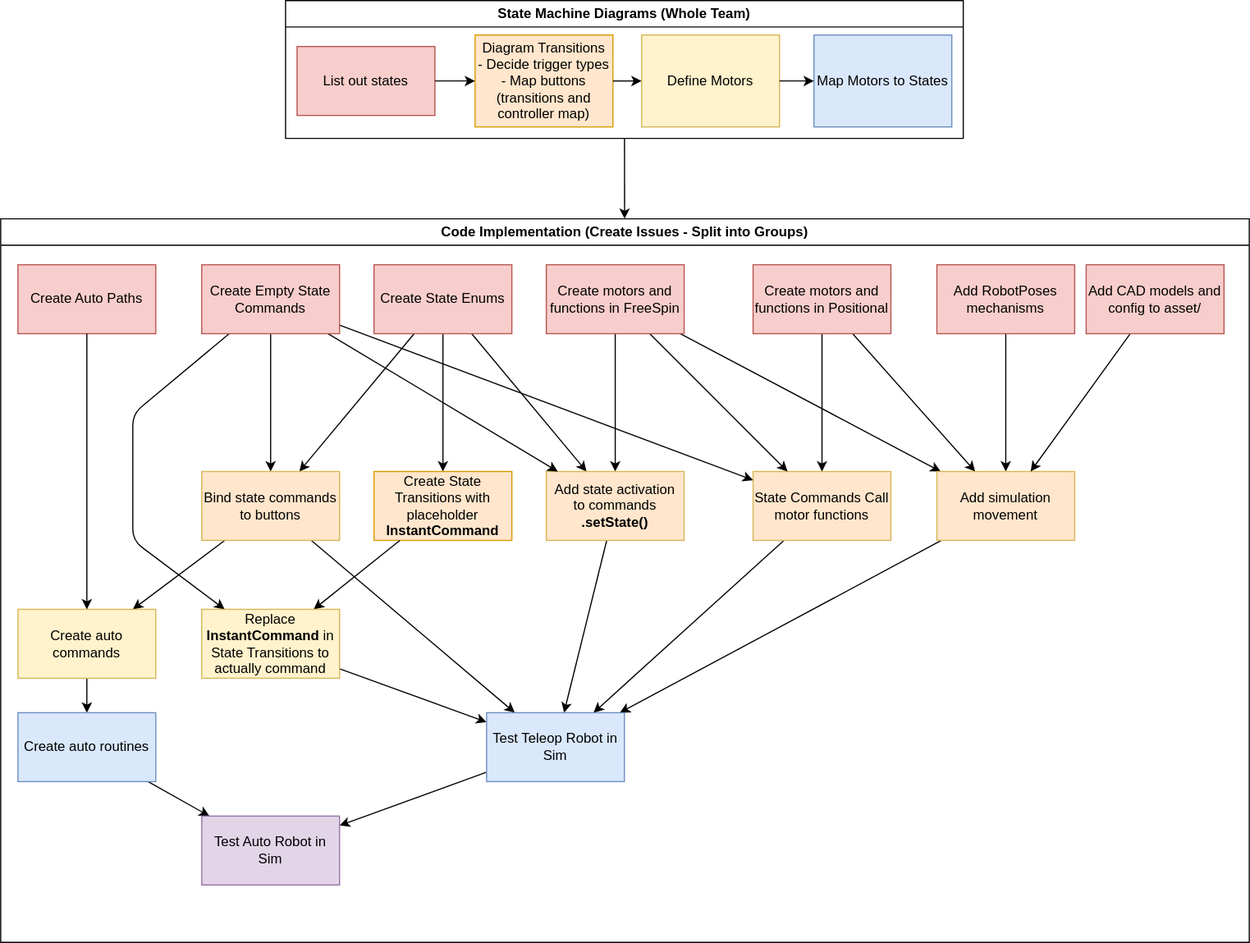
The draw.io diagram design/program_order.drawio.svg in FRCTeam3255/2026_Offbot_Code, before a commit. Source tidied: cells renumbered, new cells last; positions are measured from the earlier drawing's top-left corner, leaving out a move shared by most shapes. The source it was exported from:
```xml
<mxGraphModel>
  <root>
    <mxCell id="0" />
    <mxCell id="1" parent="0" />
    <mxCell id="2" style="edgeStyle=none;html=1;" parent="1" edge="1" source="3" target="11">
      <mxGeometry relative="1" as="geometry" />
    </mxCell>
    <mxCell id="3" value="State Machine Diagrams (Whole Team)" style="swimlane;whiteSpace=wrap;html=1;" parent="1" vertex="1">
      <mxGeometry x="248" width="590" height="120" as="geometry" />
    </mxCell>
    <mxCell id="4" value="List out states" style="rounded=0;whiteSpace=wrap;html=1;fillColor=#f8cecc;strokeColor=#b85450;" parent="3" vertex="1">
      <mxGeometry x="10" y="40" width="120" height="60" as="geometry" />
    </mxCell>
    <mxCell id="5" value="Diagram Transitions&lt;div&gt;- Decide trigger types&lt;/div&gt;&lt;div&gt;- Map buttons (transitions and controller map)&lt;/div&gt;" style="rounded=0;whiteSpace=wrap;html=1;fillColor=#ffe6cc;strokeColor=#d79b00;" parent="3" vertex="1">
      <mxGeometry x="165" y="30" width="120" height="80" as="geometry" />
    </mxCell>
    <mxCell id="6" style="edgeStyle=none;html=1;" parent="3" edge="1" source="4" target="5">
      <mxGeometry relative="1" as="geometry" />
    </mxCell>
    <mxCell id="7" value="Define Motors" style="rounded=0;whiteSpace=wrap;html=1;fillColor=#fff2cc;strokeColor=#d6b656;" parent="3" vertex="1">
      <mxGeometry x="310" y="30" width="120" height="80" as="geometry" />
    </mxCell>
    <mxCell id="8" style="edgeStyle=none;html=1;" parent="3" edge="1" source="5" target="7">
      <mxGeometry relative="1" as="geometry" />
    </mxCell>
    <mxCell id="9" value="Map Motors to States" style="rounded=0;whiteSpace=wrap;html=1;fillColor=#dae8fc;strokeColor=#6c8ebf;" parent="3" vertex="1">
      <mxGeometry x="460" y="30" width="120" height="80" as="geometry" />
    </mxCell>
    <mxCell id="10" style="edgeStyle=none;html=1;" parent="3" edge="1" source="7" target="9">
      <mxGeometry relative="1" as="geometry" />
    </mxCell>
    <mxCell id="11" value="Code Implementation (Create Issues - Split into Groups)" style="swimlane;whiteSpace=wrap;html=1;" parent="1" vertex="1">
      <mxGeometry y="190" width="1087" height="630" as="geometry" />
    </mxCell>
    <mxCell id="12" style="edgeStyle=none;html=1;" parent="11" edge="1" source="15" target="17">
      <mxGeometry relative="1" as="geometry" />
    </mxCell>
    <mxCell id="13" style="edgeStyle=none;html=1;" parent="11" edge="1" source="15" target="36">
      <mxGeometry relative="1" as="geometry" />
    </mxCell>
    <mxCell id="14" style="edgeStyle=none;html=1;" parent="11" edge="1" source="15" target="30">
      <mxGeometry relative="1" as="geometry" />
    </mxCell>
    <mxCell id="15" value="Create State Enums" style="whiteSpace=wrap;html=1;fillColor=#f8cecc;strokeColor=#b85450;" parent="11" vertex="1">
      <mxGeometry x="325" y="40" width="120" height="60" as="geometry" />
    </mxCell>
    <mxCell id="16" style="edgeStyle=none;html=1;" parent="11" edge="1" source="44" target="42">
      <mxGeometry relative="1" as="geometry" />
    </mxCell>
    <mxCell id="17" value="Create State Transitions with placeholder &lt;b&gt;InstantCommand&lt;/b&gt;" style="whiteSpace=wrap;html=1;fillColor=#ffe6cc;strokeColor=#d79b00;" parent="11" vertex="1">
      <mxGeometry x="325" y="220" width="120" height="60" as="geometry" />
    </mxCell>
    <mxCell id="18" style="edgeStyle=none;html=1;" parent="11" edge="1" source="40" target="30">
      <mxGeometry relative="1" as="geometry" />
    </mxCell>
    <mxCell id="19" style="edgeStyle=none;html=1;" parent="11" edge="1" source="20" target="42">
      <mxGeometry relative="1" as="geometry" />
    </mxCell>
    <mxCell id="20" value="State Commands Call motor functions" style="whiteSpace=wrap;html=1;fillColor=#FFE6CC;strokeColor=#d6b656;" parent="11" vertex="1">
      <mxGeometry x="655" y="220" width="120" height="60" as="geometry" />
    </mxCell>
    <mxCell id="21" style="edgeStyle=none;html=1;" parent="11" edge="1" source="24" target="20">
      <mxGeometry relative="1" as="geometry" />
    </mxCell>
    <mxCell id="22" style="edgeStyle=none;html=1;" parent="11" edge="1" source="24" target="34">
      <mxGeometry relative="1" as="geometry" />
    </mxCell>
    <mxCell id="23" style="edgeStyle=none;html=1;" parent="11" edge="1" source="24" target="36">
      <mxGeometry relative="1" as="geometry" />
    </mxCell>
    <mxCell id="24" value="Create motors and functions in FreeSpin" style="whiteSpace=wrap;html=1;fillColor=#f8cecc;strokeColor=#b85450;" parent="11" vertex="1">
      <mxGeometry x="475" y="40" width="120" height="60" as="geometry" />
    </mxCell>
    <mxCell id="25" style="edgeStyle=none;html=1;" parent="11" edge="1" source="27" target="20">
      <mxGeometry relative="1" as="geometry" />
    </mxCell>
    <mxCell id="26" style="edgeStyle=none;html=1;" parent="11" edge="1" source="27" target="34">
      <mxGeometry relative="1" as="geometry" />
    </mxCell>
    <mxCell id="27" value="Create motors and functions in Positional" style="whiteSpace=wrap;html=1;fillColor=#f8cecc;strokeColor=#b85450;" parent="11" vertex="1">
      <mxGeometry x="655" y="40" width="120" height="60" as="geometry" />
    </mxCell>
    <mxCell id="28" style="edgeStyle=none;html=1;" parent="11" edge="1" source="30" target="42">
      <mxGeometry relative="1" as="geometry" />
    </mxCell>
    <mxCell id="29" style="edgeStyle=none;html=1;" parent="11" edge="1" source="30" target="48">
      <mxGeometry relative="1" as="geometry" />
    </mxCell>
    <mxCell id="30" value="Bind state commands to buttons" style="whiteSpace=wrap;html=1;fillColor=#FFE6CC;strokeColor=#d6b656;" parent="11" vertex="1">
      <mxGeometry x="175" y="220" width="120" height="60" as="geometry" />
    </mxCell>
    <mxCell id="31" style="edgeStyle=none;html=1;" parent="11" edge="1" source="32" target="34">
      <mxGeometry relative="1" as="geometry" />
    </mxCell>
    <mxCell id="32" value="Add RobotPoses mechanisms" style="whiteSpace=wrap;html=1;fillColor=#f8cecc;strokeColor=#b85450;" parent="11" vertex="1">
      <mxGeometry x="815" y="40" width="120" height="60" as="geometry" />
    </mxCell>
    <mxCell id="33" style="edgeStyle=none;html=1;" parent="11" edge="1" source="34" target="42">
      <mxGeometry relative="1" as="geometry" />
    </mxCell>
    <mxCell id="34" value="Add simulation movement" style="whiteSpace=wrap;html=1;fillColor=#FFE6CC;strokeColor=#d6b656;" parent="11" vertex="1">
      <mxGeometry x="815" y="220" width="120" height="60" as="geometry" />
    </mxCell>
    <mxCell id="35" style="edgeStyle=none;html=1;" parent="11" edge="1" source="36" target="42">
      <mxGeometry relative="1" as="geometry" />
    </mxCell>
    <mxCell id="36" value="Add state activation to commands&lt;div&gt;&lt;b&gt;.setState()&lt;/b&gt;&lt;/div&gt;" style="whiteSpace=wrap;html=1;fillColor=#FFE6CC;strokeColor=#d6b656;" parent="11" vertex="1">
      <mxGeometry x="475" y="220" width="120" height="60" as="geometry" />
    </mxCell>
    <mxCell id="37" style="edgeStyle=none;html=1;" parent="11" edge="1" source="40" target="20">
      <mxGeometry relative="1" as="geometry" />
    </mxCell>
    <mxCell id="38" style="edgeStyle=none;html=1;" parent="11" edge="1" source="40" target="36">
      <mxGeometry relative="1" as="geometry" />
    </mxCell>
    <mxCell id="39" style="edgeStyle=none;html=1;" parent="11" edge="1" source="40" target="44">
      <mxGeometry relative="1" as="geometry">
        <Array as="points">
          <mxPoint x="115" y="170" />
          <mxPoint x="115" y="280" />
        </Array>
      </mxGeometry>
    </mxCell>
    <mxCell id="40" value="Create Empty State Commands" style="whiteSpace=wrap;html=1;fillColor=#f8cecc;strokeColor=#b85450;" parent="11" vertex="1">
      <mxGeometry x="175" y="40" width="120" height="60" as="geometry" />
    </mxCell>
    <mxCell id="41" style="edgeStyle=none;html=1;" parent="11" edge="1" source="42" target="53">
      <mxGeometry relative="1" as="geometry" />
    </mxCell>
    <mxCell id="42" value="Test Teleop Robot in Sim" style="whiteSpace=wrap;html=1;fillColor=#dae8fc;strokeColor=#6c8ebf;" parent="11" vertex="1">
      <mxGeometry x="423" y="430" width="120" height="60" as="geometry" />
    </mxCell>
    <mxCell id="43" style="edgeStyle=none;html=1;" parent="11" edge="1" source="17" target="44">
      <mxGeometry relative="1" as="geometry" />
    </mxCell>
    <mxCell id="44" value="Replace &lt;b&gt;InstantCommand&lt;/b&gt;&amp;nbsp;in State Transitions to actually command" style="whiteSpace=wrap;html=1;fillColor=#fff2cc;strokeColor=#d6b656;" parent="11" vertex="1">
      <mxGeometry x="175" y="340" width="120" height="60" as="geometry" />
    </mxCell>
    <mxCell id="45" style="edgeStyle=none;html=1;" parent="11" edge="1" source="46" target="34">
      <mxGeometry relative="1" as="geometry" />
    </mxCell>
    <mxCell id="46" value="Add CAD models and config to asset/" style="whiteSpace=wrap;html=1;fillColor=#f8cecc;strokeColor=#b85450;" parent="11" vertex="1">
      <mxGeometry x="945" y="40" width="120" height="60" as="geometry" />
    </mxCell>
    <mxCell id="47" style="edgeStyle=none;html=1;" parent="11" edge="1" source="48" target="50">
      <mxGeometry relative="1" as="geometry" />
    </mxCell>
    <mxCell id="48" value="Create auto commands" style="rounded=0;whiteSpace=wrap;html=1;fillColor=#fff2cc;strokeColor=#d6b656;" parent="11" vertex="1">
      <mxGeometry x="15" y="340" width="120" height="60" as="geometry" />
    </mxCell>
    <mxCell id="49" style="edgeStyle=none;html=1;" parent="11" edge="1" source="50" target="53">
      <mxGeometry relative="1" as="geometry" />
    </mxCell>
    <mxCell id="50" value="Create auto routines" style="rounded=0;whiteSpace=wrap;html=1;fillColor=#dae8fc;strokeColor=#6c8ebf;" parent="11" vertex="1">
      <mxGeometry x="15" y="430" width="120" height="60" as="geometry" />
    </mxCell>
    <mxCell id="51" value="Create Auto Paths" style="rounded=0;whiteSpace=wrap;html=1;fillColor=#f8cecc;strokeColor=#b85450;" parent="11" vertex="1">
      <mxGeometry x="15" y="40" width="120" height="60" as="geometry" />
    </mxCell>
    <mxCell id="52" style="edgeStyle=none;html=1;" parent="11" edge="1" source="51" target="48">
      <mxGeometry relative="1" as="geometry" />
    </mxCell>
    <mxCell id="53" value="Test Auto Robot in Sim" style="rounded=0;whiteSpace=wrap;html=1;fillColor=#e1d5e7;strokeColor=#9673a6;" parent="11" vertex="1">
      <mxGeometry x="175" y="520" width="120" height="60" as="geometry" />
    </mxCell>
  </root>
</mxGraphModel>
```
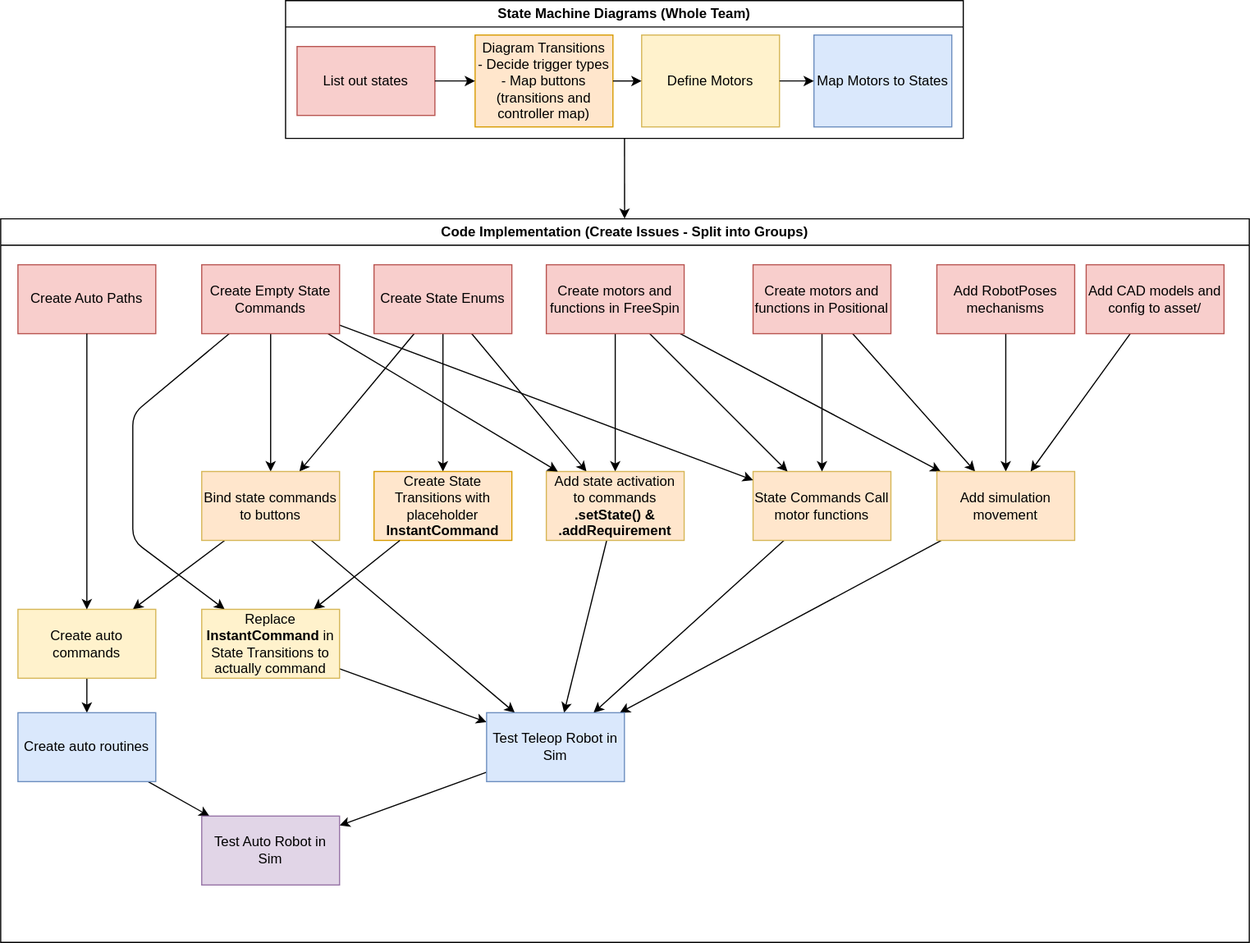
Above is the later version.

Diff of the diagram source:
```diff
@@ -104,7 +104,7 @@
     <mxCell id="35" style="edgeStyle=none;html=1;" parent="11" edge="1" source="36" target="42">
       <mxGeometry relative="1" as="geometry" />
     </mxCell>
-    <mxCell id="36" value="Add state activation to commands&lt;div&gt;&lt;b&gt;.setState()&lt;/b&gt;&lt;/div&gt;" style="whiteSpace=wrap;html=1;fillColor=#FFE6CC;strokeColor=#d6b656;" parent="11" vertex="1">
+    <mxCell id="36" value="Add state activation to commands&lt;div&gt;&lt;b&gt;.setState() &amp;amp; .addRequirement&lt;/b&gt;&lt;/div&gt;" style="whiteSpace=wrap;html=1;fillColor=#FFE6CC;strokeColor=#d6b656;" parent="11" vertex="1">
       <mxGeometry x="475" y="220" width="120" height="60" as="geometry" />
     </mxCell>
     <mxCell id="37" style="edgeStyle=none;html=1;" parent="11" edge="1" source="40" target="20">
```
